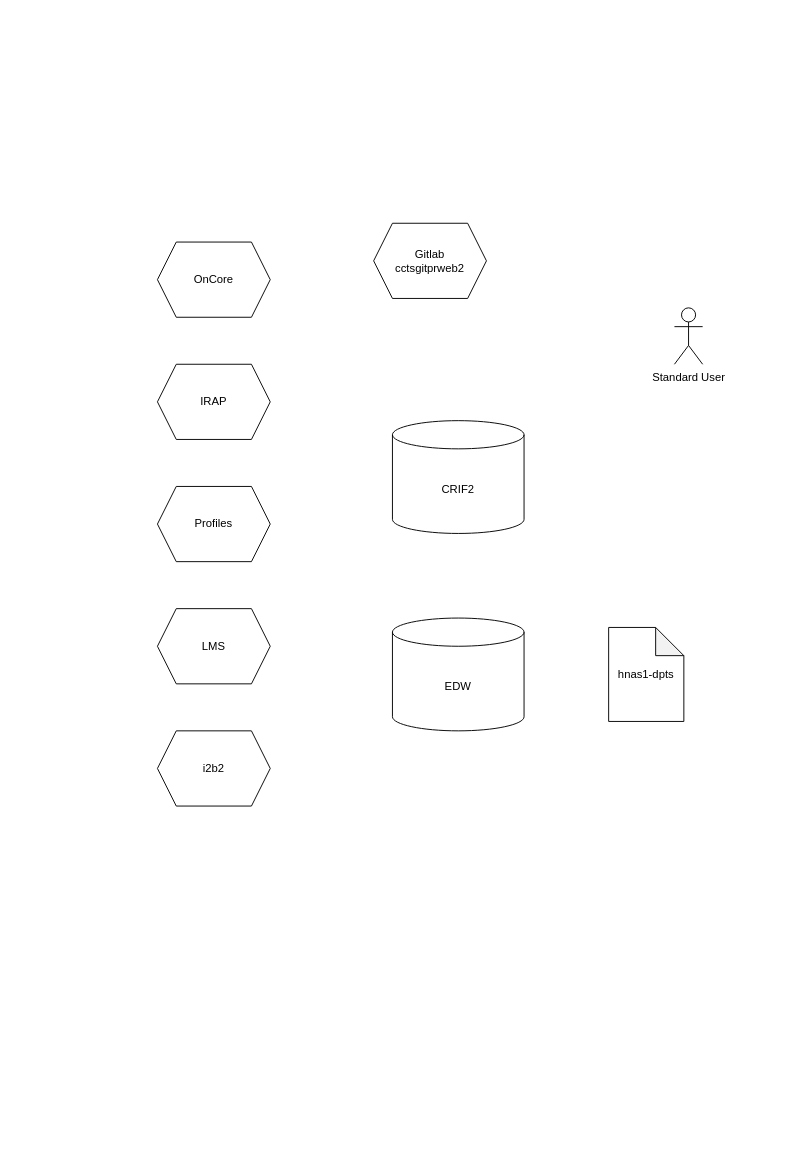
Above: Data Flow Diagram DataLENS V2.drawio in ntimkovich/UAB-II-Diagrams (draw.io), before the change. Source tidied: cells renumbered, new cells numbered last; positions are measured from the earlier drawing's top-left corner, leaving out a move shared by most shapes. Both pictures are drawn from the tidied source at 94%, with x=0, y=0 at pixel (157, 223).
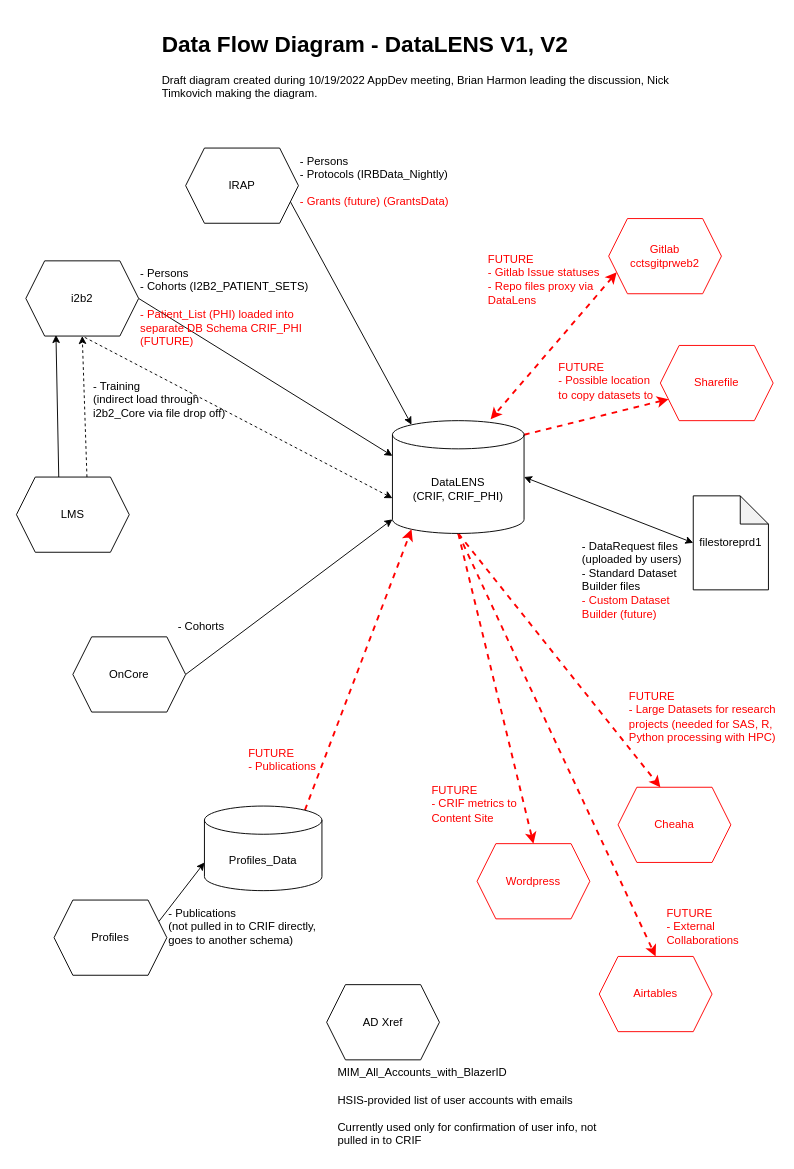
Above is the later version.

Diff of the diagram source:
```diff
@@
+    <mxCell id="12" style="edgeStyle=none;rounded=0;jettySize=auto;html=1;exitX=0.5;exitY=1;exitDx=0;exitDy=0;exitPerimeter=0;entryX=0.375;entryY=0;entryDx=0;entryDy=0;strokeColor=#FF0000;strokeWidth=2;fontColor=#000000;startArrow=none;startFill=0;dashed=1;" parent="1" edge="1" source="2" target="37">
+      <mxGeometry relative="1" as="geometry" />
+    </mxCell>
+    <mxCell id="13" style="edgeStyle=none;rounded=0;jettySize=auto;html=1;exitX=0;exitY=0;exitDx=0;exitDy=82.5;exitPerimeter=0;entryX=0.5;entryY=1;entryDx=0;entryDy=0;dashed=1;strokeColor=#000000;strokeWidth=1;fontColor=#FF0000;startArrow=classic;startFill=1;endArrow=none;endFill=0;" parent="1" edge="1" source="2" target="10">
+      <mxGeometry relative="1" as="geometry" />
+    </mxCell>
+    <mxCell id="14" style="edgeStyle=none;rounded=0;jettySize=auto;html=1;exitX=0.5;exitY=1;exitDx=0;exitDy=0;exitPerimeter=0;entryX=0.5;entryY=0;entryDx=0;entryDy=0;dashed=1;strokeColor=#FF0000;strokeWidth=2;fontColor=#FF0000;startArrow=none;startFill=0;endArrow=classic;endFill=1;" parent="1" edge="1" source="2" target="40">
+      <mxGeometry relative="1" as="geometry" />
+    </mxCell>
+    <mxCell id="15" style="edgeStyle=none;rounded=0;jettySize=auto;html=1;exitX=0.5;exitY=1;exitDx=0;exitDy=0;exitPerimeter=0;entryX=0.5;entryY=0;entryDx=0;entryDy=0;dashed=1;strokeColor=#FF0000;strokeWidth=2;fontColor=#FF0000;startArrow=none;startFill=0;endArrow=classic;endFill=1;" parent="1" edge="1" source="2" target="41">
+      <mxGeometry relative="1" as="geometry" />
+    </mxCell>
+    <mxCell id="16" style="edgeStyle=none;rounded=0;jettySize=auto;html=1;exitX=1;exitY=0;exitDx=0;exitDy=15;exitPerimeter=0;entryX=0;entryY=0.75;entryDx=0;entryDy=0;dashed=1;strokeColor=#FF0000;strokeWidth=2;fontColor=#FF0000;startArrow=none;startFill=0;endArrow=classic;endFill=1;" parent="1" edge="1" source="2" target="39">
+      <mxGeometry relative="1" as="geometry" />
+    </mxCell>
-    <mxCell id="2" value="CRIF2" style="shape=cylinder3;whiteSpace=wrap;html=1;boundedLbl=1;backgroundOutline=1;size=15;" parent="1" vertex="1">
+    <mxCell id="2" value="DataLENS&lt;br&gt;(CRIF, CRIF_PHI)" style="shape=cylinder3;whiteSpace=wrap;html=1;boundedLbl=1;backgroundOutline=1;size=15;" parent="1" vertex="1">
       <mxGeometry x="250" y="210" width="140" height="120" as="geometry" />
     </mxCell>
+    <mxCell id="17" style="edgeStyle=none;rounded=0;jettySize=auto;html=1;exitX=1;exitY=0.5;exitDx=0;exitDy=0;entryX=0;entryY=1;entryDx=0;entryDy=-15;entryPerimeter=0;" parent="1" edge="1" source="3" target="2">
+      <mxGeometry relative="1" as="geometry" />
+    </mxCell>
     <mxCell id="3" value="OnCore" style="shape=hexagon;perimeter=hexagonPerimeter2;whiteSpace=wrap;html=1;fixedSize=1;" parent="1" vertex="1">
-      <mxGeometry y="20" width="120" height="80" as="geometry" />
+      <mxGeometry x="-90" y="440" width="120" height="80" as="geometry" />
     </mxCell>
+    <mxCell id="18" style="edgeStyle=none;rounded=0;jettySize=auto;html=1;exitX=1;exitY=0.75;exitDx=0;exitDy=0;entryX=0.145;entryY=0;entryDx=0;entryDy=4.35;entryPerimeter=0;" parent="1" edge="1" source="4" target="2">
+      <mxGeometry relative="1" as="geometry" />
+    </mxCell>
     <mxCell id="4" value="IRAP" style="shape=hexagon;perimeter=hexagonPerimeter2;whiteSpace=wrap;html=1;fixedSize=1;" parent="1" vertex="1">
-      <mxGeometry y="150" width="120" height="80" as="geometry" />
+      <mxGeometry x="30" y="-80" width="120" height="80" as="geometry" />
     </mxCell>
+    <mxCell id="19" style="edgeStyle=none;rounded=0;jettySize=auto;html=1;exitX=1;exitY=0.25;exitDx=0;exitDy=0;entryX=0;entryY=0;entryDx=0;entryDy=60;entryPerimeter=0;" parent="1" edge="1" source="5" target="33">
+      <mxGeometry relative="1" as="geometry" />
+    </mxCell>
     <mxCell id="5" value="Profiles" style="shape=hexagon;perimeter=hexagonPerimeter2;whiteSpace=wrap;html=1;fixedSize=1;" parent="1" vertex="1">
-      <mxGeometry y="280" width="120" height="80" as="geometry" />
+      <mxGeometry x="-110" y="720" width="120" height="80" as="geometry" />
     </mxCell>
+    <mxCell id="20" style="rounded=0;jettySize=auto;html=1;entryX=0.267;entryY=0.986;entryDx=0;entryDy=0;exitX=0.375;exitY=0;exitDx=0;exitDy=0;entryPerimeter=0;" parent="1" edge="1" source="6" target="10">
+      <mxGeometry relative="1" as="geometry" />
+    </mxCell>
+    <mxCell id="21" style="rounded=0;jettySize=auto;html=1;exitX=0.625;exitY=0;exitDx=0;exitDy=0;entryX=0.5;entryY=1;entryDx=0;entryDy=0;dashed=1;" parent="1" edge="1" source="6" target="10">
+      <mxGeometry relative="1" as="geometry" />
+    </mxCell>
     <mxCell id="6" value="LMS" style="shape=hexagon;perimeter=hexagonPerimeter2;whiteSpace=wrap;html=1;fixedSize=1;" parent="1" vertex="1">
-      <mxGeometry y="410" width="120" height="80" as="geometry" />
+      <mxGeometry x="-150" y="270" width="120" height="80" as="geometry" />
     </mxCell>
+    <mxCell id="22" style="edgeStyle=none;rounded=0;jettySize=auto;html=1;exitX=0;exitY=0.75;exitDx=0;exitDy=0;entryX=0.746;entryY=-0.012;entryDx=0;entryDy=0;entryPerimeter=0;dashed=1;strokeColor=#FF0000;strokeWidth=2;fontColor=#FF0000;startArrow=classic;startFill=1;endArrow=classic;endFill=1;" parent="1" edge="1" source="7" target="2">
+      <mxGeometry relative="1" as="geometry" />
+    </mxCell>
-    <mxCell id="7" value="Gitlab&lt;br&gt;cctsgitprweb2" style="shape=hexagon;perimeter=hexagonPerimeter2;whiteSpace=wrap;html=1;fixedSize=1;" parent="1" vertex="1">
-      <mxGeometry x="230" width="120" height="80" as="geometry" />
+    <mxCell id="7" value="&lt;font color=&quot;#ff0000&quot;&gt;Gitlab&lt;br&gt;cctsgitprweb2&lt;/font&gt;" style="shape=hexagon;perimeter=hexagonPerimeter2;whiteSpace=wrap;html=1;fixedSize=1;strokeColor=#FF0000;" parent="1" vertex="1">
+      <mxGeometry x="480" y="-5" width="120" height="80" as="geometry" />
     </mxCell>
-    <mxCell id="8" value="Standard User" style="shape=umlActor;verticalLabelPosition=bottom;verticalAlign=top;html=1;" parent="1" vertex="1">
-      <mxGeometry x="550" y="90" width="30" height="60" as="geometry" />
-    </mxCell>
-    <mxCell id="9" value="EDW" style="shape=cylinder3;whiteSpace=wrap;html=1;boundedLbl=1;backgroundOutline=1;size=15;" parent="1" vertex="1">
-      <mxGeometry x="250" y="420" width="140" height="120" as="geometry" />
-    </mxCell>
+    <mxCell id="23" style="edgeStyle=none;rounded=0;jettySize=auto;html=1;exitX=1;exitY=0.5;exitDx=0;exitDy=0;entryX=0;entryY=0;entryDx=0;entryDy=37.5;entryPerimeter=0;" parent="1" edge="1" source="10" target="2">
+      <mxGeometry relative="1" as="geometry" />
+    </mxCell>
     <mxCell id="10" value="i2b2" style="shape=hexagon;perimeter=hexagonPerimeter2;whiteSpace=wrap;html=1;fixedSize=1;" parent="1" vertex="1">
-      <mxGeometry y="540" width="120" height="80" as="geometry" />
+      <mxGeometry x="-140" y="40" width="120" height="80" as="geometry" />
     </mxCell>
-    <mxCell id="11" value="hnas1-dpts" style="shape=note;whiteSpace=wrap;html=1;backgroundOutline=1;darkOpacity=0.05;" parent="1" vertex="1">
-      <mxGeometry x="480" y="430" width="80" height="100" as="geometry" />
-    </mxCell>
+    <mxCell id="24" style="group;" parent="1" vertex="1">
+      <mxGeometry x="180" y="810" width="290" height="180" as="geometry" />
+    </mxCell>
+    <mxCell id="25" value="AD Xref" style="shape=hexagon;perimeter=hexagonPerimeter2;whiteSpace=wrap;html=1;fixedSize=1;" parent="24" vertex="1">
+      <mxGeometry width="120" height="80" as="geometry" />
+    </mxCell>
+    <mxCell id="26" value="MIM_All_Accounts_with_BlazerID&lt;br&gt;&lt;br&gt;HSIS-provided list of user accounts with emails&lt;br&gt;&lt;br&gt;Currently used only for confirmation of user info, not pulled in to CRIF&amp;nbsp;" style="text;html=1;strokeColor=none;fillColor=none;align=left;verticalAlign=top;whiteSpace=wrap;rounded=0;" parent="24" vertex="1">
+      <mxGeometry x="10" y="80" width="280" height="100" as="geometry" />
+    </mxCell>
+    <mxCell id="27" value="- Persons&lt;br&gt;- Protocols (IRBData_Nightly)&lt;br&gt;&lt;br&gt;&lt;font color=&quot;#ff0000&quot;&gt;- Grants (future) (GrantsData)&lt;/font&gt;" style="text;html=1;strokeColor=none;fillColor=none;align=left;verticalAlign=top;whiteSpace=wrap;rounded=0;" parent="1" vertex="1">
+      <mxGeometry x="150" y="-80" width="200" height="110" as="geometry" />
+    </mxCell>
+    <mxCell id="28" value="- Persons&lt;br&gt;- Cohorts (I2B2_PATIENT_SETS)&lt;br&gt;&lt;br&gt;&lt;font color=&quot;#ff0000&quot;&gt;- Patient_List (PHI) loaded into separate DB Schema CRIF_PHI (FUTURE)&lt;/font&gt;" style="text;html=1;strokeColor=none;fillColor=none;align=left;verticalAlign=top;whiteSpace=wrap;rounded=0;" parent="1" vertex="1">
+      <mxGeometry x="-20" y="40" width="190" height="110" as="geometry" />
+    </mxCell>
+    <mxCell id="29" value="- Cohorts" style="text;html=1;strokeColor=none;fillColor=none;align=left;verticalAlign=top;whiteSpace=wrap;rounded=0;" parent="1" vertex="1">
+      <mxGeometry x="20" y="415" width="160" height="110" as="geometry" />
+    </mxCell>
+    <mxCell id="30" value="- Training&lt;br&gt;(indirect load through i2b2_Core via file drop off)" style="text;html=1;strokeColor=none;fillColor=none;align=left;verticalAlign=top;whiteSpace=wrap;rounded=0;" parent="1" vertex="1">
+      <mxGeometry x="-70" y="160" width="160" height="110" as="geometry" />
+    </mxCell>
+    <mxCell id="31" value="- Publications&lt;br&gt;(not pulled in to CRIF directly, goes to another schema)" style="text;html=1;strokeColor=none;fillColor=none;align=left;verticalAlign=top;whiteSpace=wrap;rounded=0;" parent="1" vertex="1">
+      <mxGeometry x="10" y="720" width="160" height="110" as="geometry" />
+    </mxCell>
+    <mxCell id="32" style="edgeStyle=none;rounded=0;jettySize=auto;html=1;exitX=0.855;exitY=0;exitDx=0;exitDy=4.35;exitPerimeter=0;entryX=0.145;entryY=1;entryDx=0;entryDy=-4.35;entryPerimeter=0;dashed=1;fontColor=#000000;strokeColor=#FF0000;strokeWidth=2;" parent="1" edge="1" source="33" target="2">
+      <mxGeometry relative="1" as="geometry" />
+    </mxCell>
+    <mxCell id="33" value="Profiles_Data" style="shape=cylinder3;whiteSpace=wrap;html=1;boundedLbl=1;backgroundOutline=1;size=15;fontColor=#000000;" parent="1" vertex="1">
+      <mxGeometry x="50" y="620" width="125" height="90" as="geometry" />
+    </mxCell>
+    <mxCell id="34" style="edgeStyle=none;rounded=0;jettySize=auto;html=1;exitX=0;exitY=0.5;exitDx=0;exitDy=0;exitPerimeter=0;entryX=1;entryY=0.5;entryDx=0;entryDy=0;entryPerimeter=0;strokeColor=#000000;strokeWidth=1;fontColor=#000000;startArrow=classic;startFill=1;" parent="1" edge="1" source="35" target="2">
+      <mxGeometry relative="1" as="geometry" />
+    </mxCell>
+    <mxCell id="35" value="filestoreprd1" style="shape=note;whiteSpace=wrap;html=1;backgroundOutline=1;darkOpacity=0.05;" parent="1" vertex="1">
+      <mxGeometry x="570" y="290" width="80" height="100" as="geometry" />
+    </mxCell>
+    <mxCell id="36" value="- DataRequest files (uploaded by users)&lt;br&gt;- Standard Dataset Builder files&lt;br&gt;&lt;font color=&quot;#ff0000&quot;&gt;- Custom Dataset Builder (future)&lt;/font&gt;" style="text;html=1;strokeColor=none;fillColor=none;align=left;verticalAlign=top;whiteSpace=wrap;rounded=0;" parent="1" vertex="1">
+      <mxGeometry x="450" y="330" width="120" height="110" as="geometry" />
+    </mxCell>
+    <mxCell id="37" value="Cheaha" style="shape=hexagon;perimeter=hexagonPerimeter2;whiteSpace=wrap;html=1;fixedSize=1;fontColor=#FF0000;strokeColor=#FF0000;" parent="1" vertex="1">
+      <mxGeometry x="490" y="600" width="120" height="80" as="geometry" />
+    </mxCell>
+    <mxCell id="38" value="FUTURE&lt;br&gt;- Large Datasets for research projects (needed for SAS, R, Python processing with HPC)" style="text;html=1;strokeColor=none;fillColor=none;align=left;verticalAlign=top;whiteSpace=wrap;rounded=0;fontColor=#FF0000;" parent="1" vertex="1">
+      <mxGeometry x="500" y="490" width="160" height="110" as="geometry" />
+    </mxCell>
+    <mxCell id="39" value="Sharefile" style="shape=hexagon;perimeter=hexagonPerimeter2;whiteSpace=wrap;html=1;fixedSize=1;fontColor=#FF0000;strokeColor=#FF0000;" parent="1" vertex="1">
+      <mxGeometry x="535" y="130" width="120" height="80" as="geometry" />
+    </mxCell>
+    <mxCell id="40" value="Wordpress" style="shape=hexagon;perimeter=hexagonPerimeter2;whiteSpace=wrap;html=1;fixedSize=1;fontColor=#FF0000;strokeColor=#FF0000;" parent="1" vertex="1">
+      <mxGeometry x="340" y="660" width="120" height="80" as="geometry" />
+    </mxCell>
+    <mxCell id="41" value="Airtables" style="shape=hexagon;perimeter=hexagonPerimeter2;whiteSpace=wrap;html=1;fixedSize=1;fontColor=#FF0000;strokeColor=#FF0000;" parent="1" vertex="1">
+      <mxGeometry x="470" y="780" width="120" height="80" as="geometry" />
+    </mxCell>
+    <mxCell id="42" value="FUTURE&lt;br&gt;- Gitlab Issue statuses&lt;br&gt;- Repo files proxy via DataLens" style="text;html=1;strokeColor=none;fillColor=none;align=left;verticalAlign=top;whiteSpace=wrap;rounded=0;fontColor=#FF0000;" parent="1" vertex="1">
+      <mxGeometry x="350" y="25" width="160" height="110" as="geometry" />
+    </mxCell>
+    <mxCell id="43" value="FUTURE&lt;br&gt;- CRIF metrics to Content Site" style="text;html=1;strokeColor=none;fillColor=none;align=left;verticalAlign=top;whiteSpace=wrap;rounded=0;fontColor=#FF0000;" parent="1" vertex="1">
+      <mxGeometry x="290" y="590" width="110" height="110" as="geometry" />
+    </mxCell>
+    <mxCell id="44" value="FUTURE&lt;br&gt;- External Collaborations" style="text;html=1;strokeColor=none;fillColor=none;align=left;verticalAlign=top;whiteSpace=wrap;rounded=0;fontColor=#FF0000;" parent="1" vertex="1">
+      <mxGeometry x="540" y="720" width="110" height="110" as="geometry" />
+    </mxCell>
+    <mxCell id="45" value="FUTURE&lt;br&gt;- Publications" style="text;html=1;strokeColor=none;fillColor=none;align=left;verticalAlign=top;whiteSpace=wrap;rounded=0;fontColor=#FF0000;" parent="1" vertex="1">
+      <mxGeometry x="95" y="550" width="110" height="110" as="geometry" />
+    </mxCell>
+    <mxCell id="46" value="FUTURE&lt;br&gt;- Possible location to copy datasets to" style="text;html=1;strokeColor=none;fillColor=none;align=left;verticalAlign=top;whiteSpace=wrap;rounded=0;fontColor=#FF0000;" parent="1" vertex="1">
+      <mxGeometry x="425" y="140" width="110" height="110" as="geometry" />
+    </mxCell>
+    <mxCell id="47" value="&lt;h1&gt;Data Flow Diagram - DataLENS V1, V2&lt;/h1&gt;&lt;p&gt;Draft diagram created during 10/19/2022 AppDev meeting, Brian Harmon leading the discussion, Nick Timkovich making the diagram.&lt;/p&gt;" style="text;html=1;strokeColor=none;fillColor=none;spacing=5;spacingTop=-20;whiteSpace=wrap;overflow=hidden;rounded=0;fontColor=#000000;" parent="1" vertex="1">
+      <mxGeometry y="-210" width="555" height="120" as="geometry" />
+    </mxCell>
```
